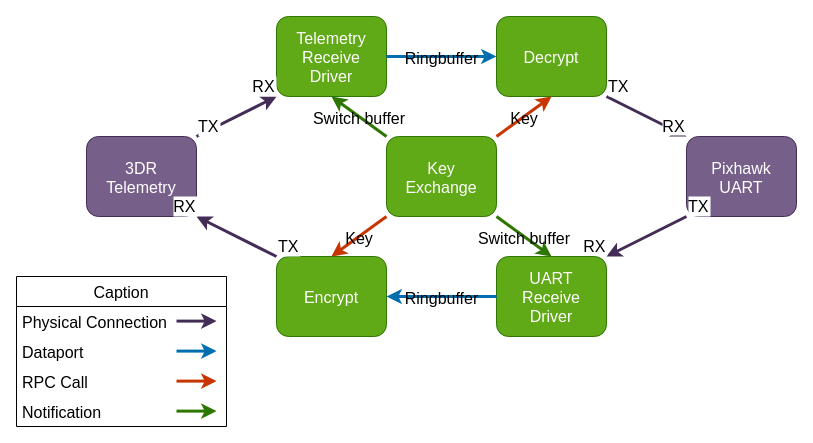
The draw.io diagram pics/components.drawio in colorglass/seL4_rpi4, before the edit. Source tidied: cells renumbered, new cells numbered last; positions are measured from the earlier drawing's top-left corner, leaving out a move shared by most shapes. Both pictures are drawn from the tidied source at 100%, with x=0, y=0 at pixel (16, 16).
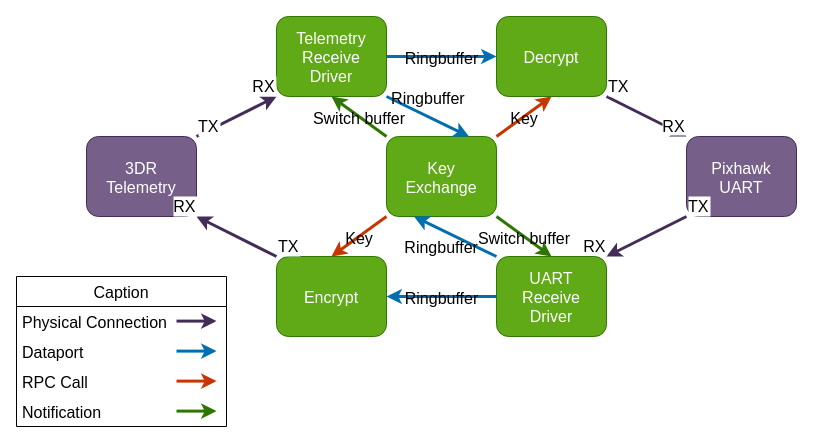
The same diagram, later.

The change refers to these unchanged cells:
```xml
<mxCell id="3" value="Telemetry&#10;Receive&#10;Driver" style="rounded=1;fillColor=#60a917;fontColor=#ffffff;strokeColor=#2D7600;fontSize=16;" parent="1" vertex="1">
  <mxGeometry x="260" width="110" height="80" as="geometry" />
</mxCell>
<mxCell id="7" value="UART&#10;Receive&#10;Driver" style="rounded=1;fillColor=#60a917;fontColor=#ffffff;strokeColor=#2D7600;fontSize=16;" parent="1" vertex="1">
  <mxGeometry x="480" y="240" width="110" height="80" as="geometry" />
</mxCell>
<mxCell id="8" value="Key&#10;Exchange" style="rounded=1;fillColor=#60a917;fontColor=#ffffff;strokeColor=#2D7600;fontSize=16;" parent="1" vertex="1">
  <mxGeometry x="370" y="120" width="110" height="80" as="geometry" />
</mxCell>
```

Diff of the diagram source:
```diff
@@
+    <mxCell id="42" style="endArrow=classic;html=1;exitX=1;exitY=1;exitDx=0;exitDy=0;entryX=0.75;entryY=0;entryDx=0;entryDy=0;strokeWidth=3;fillColor=#1ba1e2;strokeColor=#006EAF;" parent="1" edge="1" source="3" target="8">
+      <mxGeometry relative="1" as="geometry" />
+    </mxCell>
+    <mxCell id="43" value="Ringbuffer" style="edgeLabel;align=center;verticalAlign=middle;labelBackgroundColor=none;fontSize=16;" parent="42" vertex="1">
+      <mxGeometry relative="1" as="geometry">
+        <mxPoint y="-20" as="offset" />
+      </mxGeometry>
+    </mxCell>
+    <mxCell id="44" style="endArrow=classic;html=1;exitX=0;exitY=0;exitDx=0;exitDy=0;entryX=0.25;entryY=1;entryDx=0;entryDy=0;strokeWidth=3;fillColor=#1ba1e2;strokeColor=#006EAF;" parent="1" edge="1" source="7" target="8">
+      <mxGeometry relative="1" as="geometry" />
+    </mxCell>
+    <mxCell id="45" value="Ringbuffer" style="edgeLabel;align=center;verticalAlign=middle;labelBackgroundColor=none;fontSize=16;" parent="44" vertex="1">
+      <mxGeometry relative="1" as="geometry">
+        <mxPoint x="-14" y="10" as="offset" />
+      </mxGeometry>
+    </mxCell>
```
